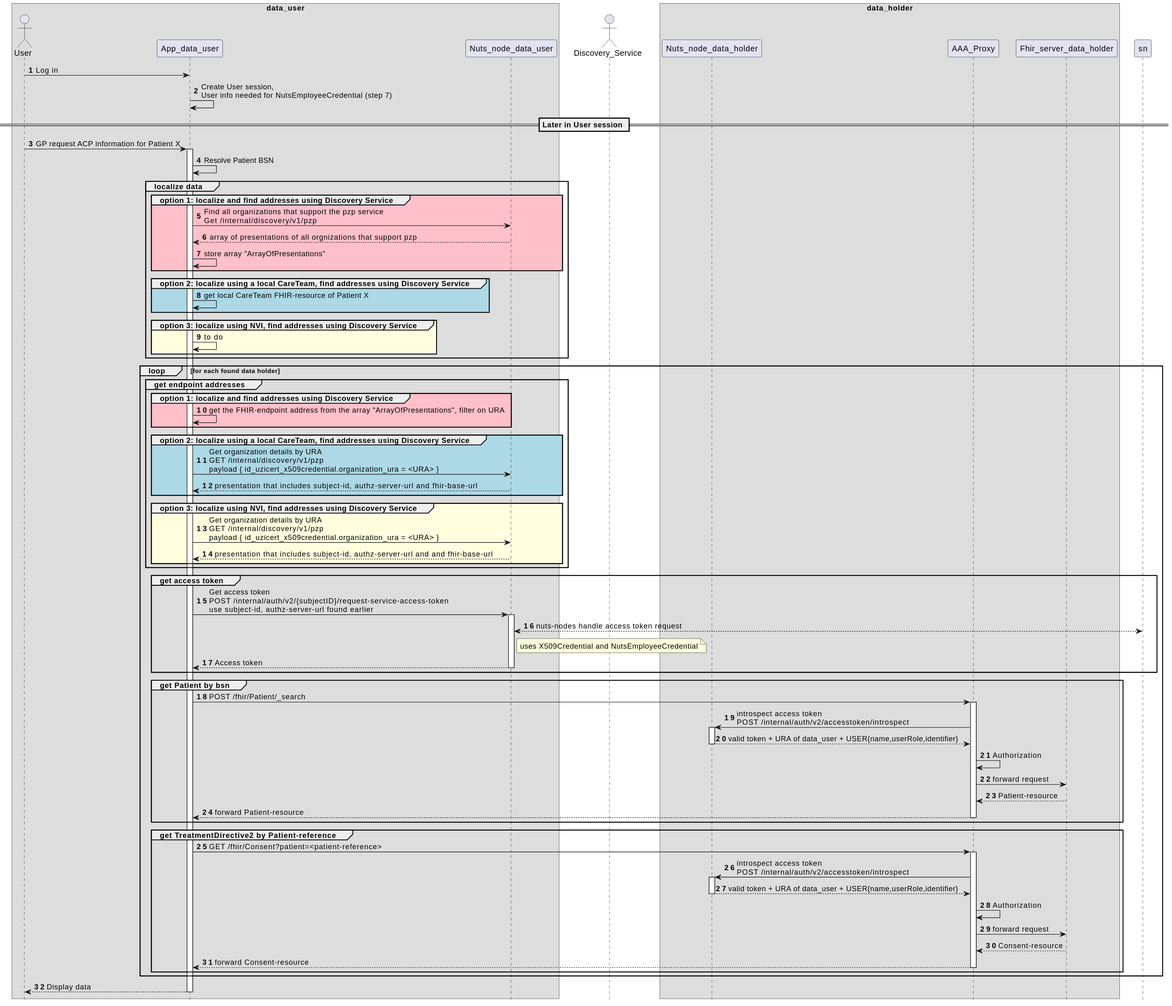
The PlantUML diagram out/sequence-diagrams/request-data-from-multiple-data-holders/request-data-from-multiple-data-holders.svg in nuts-foundation/application-on-nuts-acp-pzp, before a commit. Source of this version:
```plantuml
@startuml
hide footbox
autonumber
skinparam BoxPadding 20

box data_user
actor User
participant App_data_user
participant Nuts_node_data_user
end box

actor Discovery_Service

box data_holder
participant Nuts_node_data_holder
participant AAA_Proxy
participant Fhir_server_data_holder
end box
User -> App_data_user : Log in
App_data_user -> App_data_user : Create User session, \nUser info needed for NutsEmployeeCredential (step 7)

== Later in User session ==

User -> App_data_user : GP request ACP information for Patient X
activate App_data_user
    App_data_user -> App_data_user: Resolve Patient BSN

    group localize data
        group #pink option 1: localize and find addresses using Discovery Service
            App_data_user -> Nuts_node_data_user: Find all organizations that support the pzp service \nGet /internal/discovery/v1/pzp
            Nuts_node_data_user --> App_data_user: array of presentations of all orgnizations that support pzp
            App_data_user-> App_data_user: store array "ArrayOfPresentations"
        end group

        group #lightblue option 2: localize using a local CareTeam, find addresses using Discovery Service
            App_data_user -> App_data_user: get local CareTeam FHIR-resource of Patient X
        end group

        group #LightYellow option 3: localize using NVI, find addresses using Discovery Service
            App_data_user->App_data_user: to do
        end group
    end group

    loop for each found data holder
        group get endpoint addresses
            group #pink option 1: localize and find addresses using Discovery Service
                App_data_user-> App_data_user: get the FHIR-endpoint address from the array "ArrayOfPresentations", filter on URA
            end group

            group #lightblue option 2: localize using a local CareTeam, find addresses using Discovery Service
                App_data_user -> Nuts_node_data_user: Get organization details by URA \nGET /internal/discovery/v1/pzp \npayload { id_uzicert_x509credential.organization_ura = <URA> }
                Nuts_node_data_user --> App_data_user: presentation that includes subject-id, authz-server-url and fhir-base-url
            end group

            group #LightYellow option 3: localize using NVI, find addresses using Discovery Service
                App_data_user -> Nuts_node_data_user: Get organization details by URA \nGET /internal/discovery/v1/pzp \npayload { id_uzicert_x509credential.organization_ura = <URA> }
                Nuts_node_data_user --> App_data_user: presentation that includes subject-id, authz-server-url and and fhir-base-url
            end group
        end group

        group get access token
            App_data_user -> Nuts_node_data_user: Get access token \nPOST /internal/auth/v2/{subjectID}/request-service-access-token \nuse subject-id, authz-server-url found earlier
            activate Nuts_node_data_user
                Nuts_node_data_user <--> sn : nuts-nodes handle access token request
                note right of Nuts_node_data_user : uses X509Credential and NutsEmployeeCredential
                Nuts_node_data_user --> App_data_user : Access token
            deactivate Nuts_node_data_user
        end group

        group get Patient by bsn
            App_data_user -> AAA_Proxy: POST /fhir/Patient/_search
            activate AAA_Proxy
                AAA_Proxy -> Nuts_node_data_holder : introspect access token\nPOST /internal/auth/v2/accesstoken/introspect
                activate Nuts_node_data_holder
                    Nuts_node_data_holder-->AAA_Proxy : valid token + URA of data_user + USER{name,userRole,identifier}
                deactivate Nuts_node_data_holder
                AAA_Proxy -> AAA_Proxy: Authorization
                AAA_Proxy->Fhir_server_data_holder: forward request
                Fhir_server_data_holder-->AAA_Proxy: Patient-resource
                AAA_Proxy --> App_data_user: forward Patient-resource
            deactivate AAA_Proxy
        end group

        group get TreatmentDirective2 by Patient-reference
            App_data_user -> AAA_Proxy: GET /fhir/Consent?patient=<patient-reference>
            activate AAA_Proxy
                AAA_Proxy -> Nuts_node_data_holder : introspect access token\nPOST /internal/auth/v2/accesstoken/introspect
                activate Nuts_node_data_holder
                    Nuts_node_data_holder-->AAA_Proxy : valid token + URA of data_user + USER{name,userRole,identifier}
                deactivate Nuts_node_data_holder
                AAA_Proxy -> AAA_Proxy: Authorization
                AAA_Proxy->Fhir_server_data_holder: forward request
                Fhir_server_data_holder-->AAA_Proxy: Consent-resource
                AAA_Proxy --> App_data_user: forward Consent-resource
            deactivate AAA_Proxy
        end group

    end loop

    App_data_user-->User : Display data
deactivate App_data_user
@enduml
```
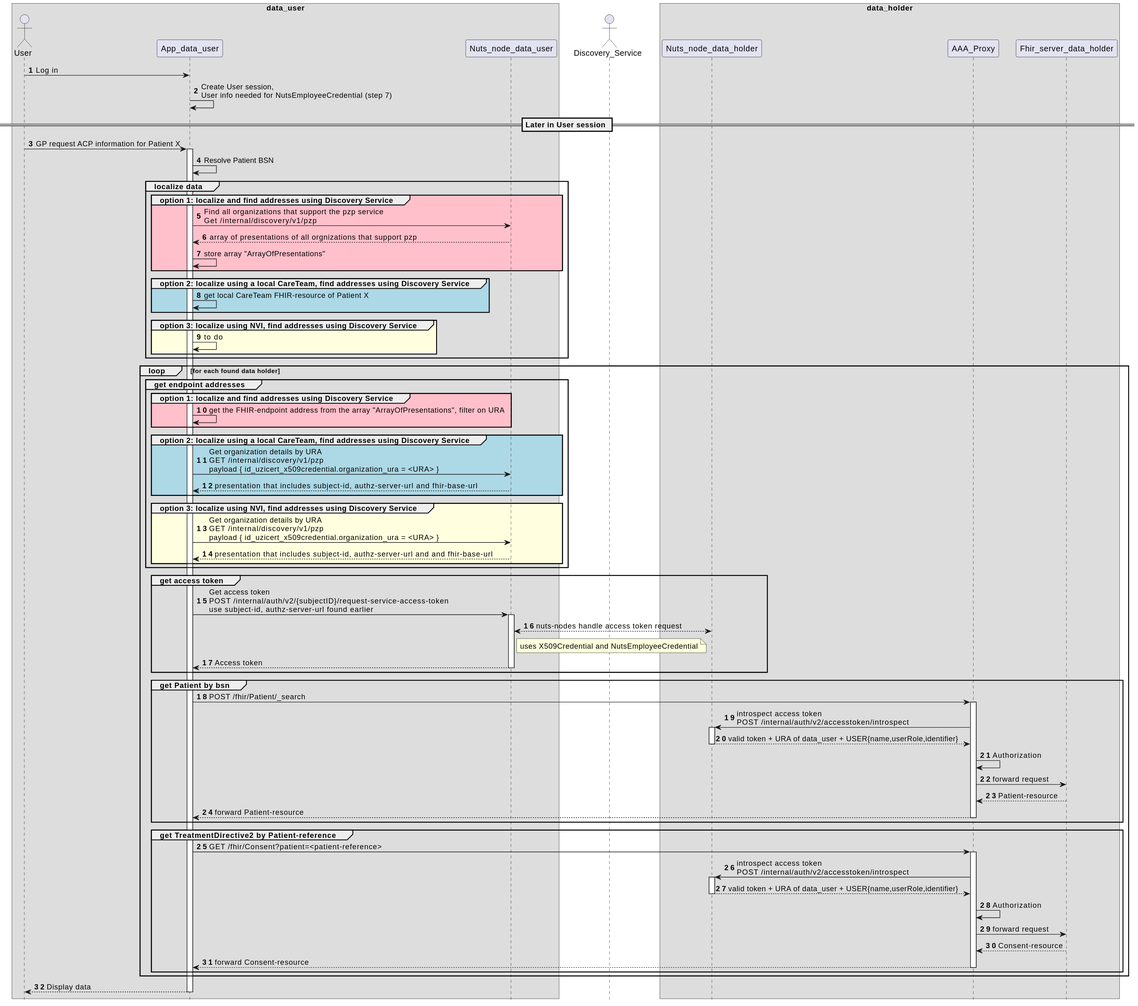
After the change.

The edit, as a diff of the source:
```diff
@@ -61,7 +61,7 @@
         group get access token
             App_data_user -> Nuts_node_data_user: Get access token \nPOST /internal/auth/v2/{subjectID}/request-service-access-token \nuse subject-id, authz-server-url found earlier
             activate Nuts_node_data_user
-                Nuts_node_data_user <--> sn : nuts-nodes handle access token request
+                Nuts_node_data_user <--> Nuts_node_data_holder : nuts-nodes handle access token request
                 note right of Nuts_node_data_user : uses X509Credential and NutsEmployeeCredential
                 Nuts_node_data_user --> App_data_user : Access token
             deactivate Nuts_node_data_user
```
